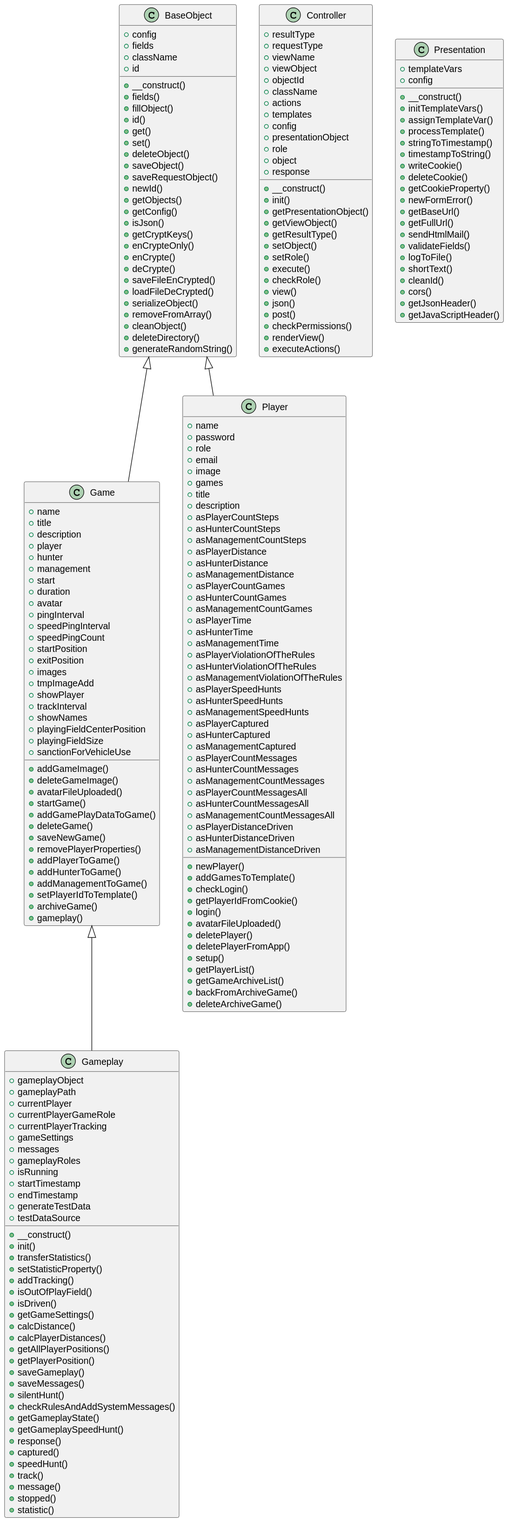
septem-sensu/friendshunt keeps this PlantUML diagram as includes/docs/php/graphs/classes.svg. Above is the earlier version.
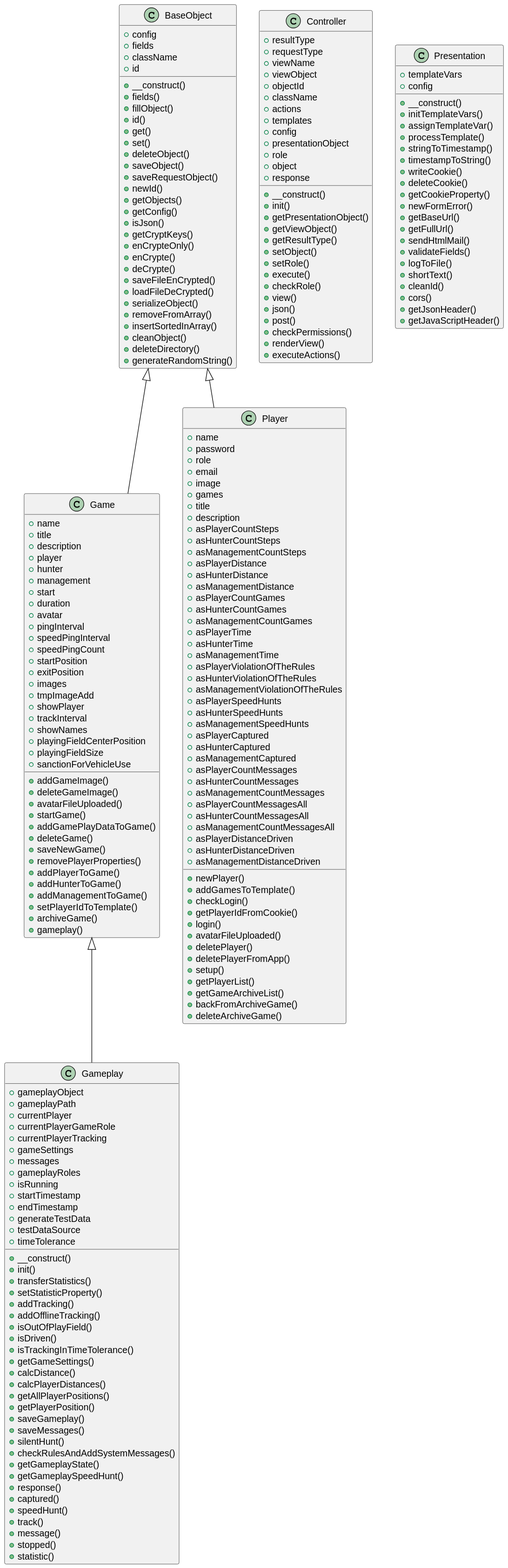
The same file after the commit.

The edit, as a diff of the source:
```diff
@@ -25,6 +25,7 @@
   +loadFileDeCrypted()
   +serializeObject()
   +removeFromArray()
+  +insertSortedInArray()
   +cleanObject()
   +deleteDirectory()
   +generateRandomString()
@@ -114,13 +115,16 @@
   +endTimestamp
   +generateTestData
   +testDataSource
+  +timeTolerance
   +__construct()
   +init()
   +transferStatistics()
   +setStatisticProperty()
   +addTracking()
+  +addOfflineTracking()
   +isOutOfPlayField()
   +isDriven()
+  +isTrackingInTimeTolerance()
   +getGameSettings()
   +calcDistance()
   +calcPlayerDistances()
```
